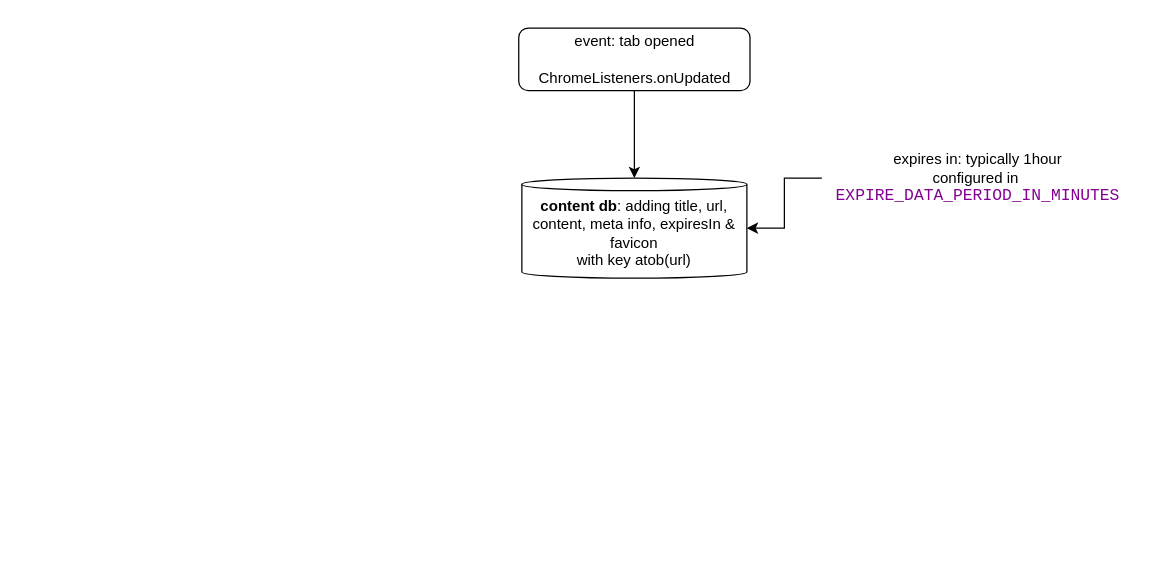
This is docs/drawio/test.drawio from evandor/tabsets, a draw.io file, before an edit. Source tidied: cells renumbered, new cells numbered last; positions are measured from the earlier drawing's top-left corner, leaving out a move shared by most shapes. Both pictures are drawn from the tidied source at 125%, with x=0, y=0 at pixel (519, 28).
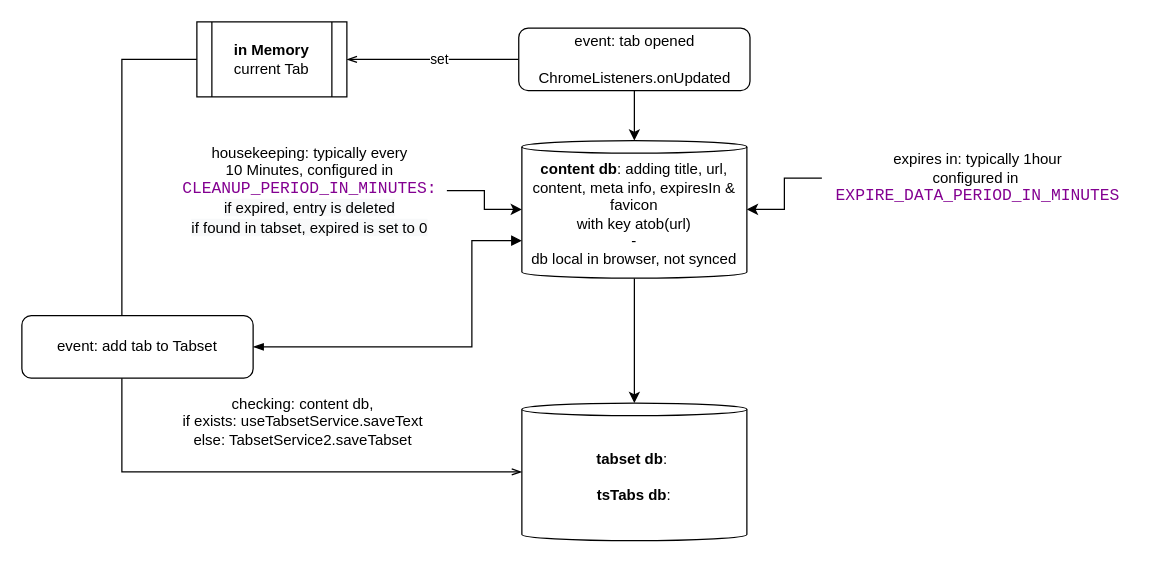
The same page after the edit.

Unchanged cells that the change refers to:
```xml
<mxCell id="2" value="event: tab opened&lt;br&gt;&lt;br&gt;ChromeListeners.onUpdated" style="rounded=1;whiteSpace=wrap;html=1;" parent="1" vertex="1">
  <mxGeometry x="-0.5" width="185" height="50" as="geometry" />
</mxCell>
```

The edit, as a diff of the source:
```diff
@@
+    <mxCell id="7" style="edgeStyle=orthogonalEdgeStyle;rounded=0;jettySize=auto;html=1;exitX=0;exitY=0.5;exitDx=0;exitDy=0;entryX=1;entryY=0.5;entryDx=0;entryDy=0;strokeColor=default;endArrow=openThin;endFill=0;" parent="1" edge="1" source="2" target="15">
+      <mxGeometry relative="1" as="geometry" />
+    </mxCell>
+    <mxCell id="8" value="set" style="edgeLabel;html=1;align=center;verticalAlign=middle;" parent="7" vertex="1">
+      <mxGeometry x="-0.07" y="-1" relative="1" as="geometry" />
+    </mxCell>
@@
+    <mxCell id="9" style="edgeStyle=orthogonalEdgeStyle;rounded=0;jettySize=auto;html=1;entryX=0.5;entryY=0;entryDx=0;entryDy=0;entryPerimeter=0;" parent="1" edge="1" source="3" target="13">
+      <mxGeometry relative="1" as="geometry" />
+    </mxCell>
-    <mxCell id="3" value="&lt;b&gt;content db&lt;/b&gt;: adding title, url, content, meta info, expiresIn &amp;amp; favicon&lt;br&gt;with key atob(url)" style="shape=cylinder3;whiteSpace=wrap;html=1;boundedLbl=1;backgroundOutline=1;size=5;" parent="1" vertex="1">
-      <mxGeometry x="2" y="120" width="180" height="80" as="geometry" />
+    <mxCell id="3" value="&lt;b&gt;content db&lt;/b&gt;: adding title, url, content, meta info, expiresIn &amp;amp; favicon&lt;br&gt;with key atob(url)&lt;br&gt;-&lt;br&gt;db local in browser, not synced&lt;br&gt;" style="shape=cylinder3;whiteSpace=wrap;html=1;boundedLbl=1;backgroundOutline=1;size=5;" parent="1" vertex="1">
+      <mxGeometry x="2" y="90" width="180" height="110" as="geometry" />
     </mxCell>
@@
+    <mxCell id="10" style="edgeStyle=orthogonalEdgeStyle;rounded=0;jettySize=auto;html=1;exitX=1;exitY=0.5;exitDx=0;exitDy=0;" parent="1" edge="1" source="11" target="3">
+      <mxGeometry relative="1" as="geometry" />
+    </mxCell>
+    <mxCell id="11" value="housekeeping: typically every&lt;br&gt;10 Minutes, configured in&lt;br&gt;&lt;div style=&quot;background-color: rgb(255, 255, 255); color: rgb(8, 8, 8); font-family: &amp;quot;JetBrains Mono&amp;quot;, monospace; font-size: 9.8pt;&quot;&gt;&lt;span style=&quot;color:#830091;&quot;&gt;CLEANUP_PERIOD_IN_MINUTES:&lt;br&gt;&lt;/span&gt;&lt;span style=&quot;color: rgb(0, 0, 0); font-family: Helvetica; font-size: 12px; background-color: rgb(248, 249, 250);&quot;&gt;if expired, entry is deleted&lt;/span&gt;&lt;span style=&quot;color:#830091;&quot;&gt;&lt;br&gt;&lt;/span&gt;&lt;/div&gt;&lt;div style=&quot;background-color: rgb(255, 255, 255); color: rgb(8, 8, 8); font-family: &amp;quot;JetBrains Mono&amp;quot;, monospace; font-size: 9.8pt;&quot;&gt;&lt;span style=&quot;color: rgb(0, 0, 0); font-family: Helvetica; font-size: 12px; background-color: rgb(248, 249, 250);&quot;&gt;if found in tabset, expired is set to 0&lt;/span&gt;&lt;/div&gt;" style="text;html=1;strokeColor=none;fillColor=none;align=center;verticalAlign=middle;whiteSpace=wrap;rounded=0;" parent="1" vertex="1">
+      <mxGeometry x="-277" y="90" width="219" height="80" as="geometry" />
+    </mxCell>
+    <mxCell id="12" style="edgeStyle=orthogonalEdgeStyle;jettySize=auto;html=1;exitX=1;exitY=0.5;exitDx=0;exitDy=0;strokeColor=default;rounded=0;endArrow=block;endFill=1;entryX=0;entryY=0;entryDx=0;entryDy=80;entryPerimeter=0;startArrow=blockThin;startFill=1;" parent="1" edge="1" source="16" target="3">
+      <mxGeometry relative="1" as="geometry">
+        <Array as="points">
+          <mxPoint x="-38" y="255" />
+          <mxPoint x="-38" y="170" />
+        </Array>
+      </mxGeometry>
+    </mxCell>
+    <mxCell id="13" value="&lt;b&gt;tabset db&lt;/b&gt;:&amp;nbsp;&lt;br&gt;&lt;br&gt;&lt;b&gt;tsTabs db&lt;/b&gt;:" style="shape=cylinder3;whiteSpace=wrap;html=1;boundedLbl=1;backgroundOutline=1;size=5;" parent="1" vertex="1">
+      <mxGeometry x="2" y="300" width="180" height="110" as="geometry" />
+    </mxCell>
+    <mxCell id="14" style="edgeStyle=orthogonalEdgeStyle;rounded=0;jettySize=auto;html=1;exitX=0;exitY=0.5;exitDx=0;exitDy=0;entryX=0;entryY=0.5;entryDx=0;entryDy=0;entryPerimeter=0;strokeColor=default;endArrow=openThin;endFill=0;" parent="1" edge="1" source="15" target="13">
+      <mxGeometry relative="1" as="geometry">
+        <Array as="points">
+          <mxPoint x="-318" y="25" />
+          <mxPoint x="-318" y="355" />
+        </Array>
+      </mxGeometry>
+    </mxCell>
+    <mxCell id="15" value="&lt;b&gt;in Memory&lt;/b&gt;&lt;br&gt;current Tab" style="shape=process;whiteSpace=wrap;html=1;backgroundOutline=1;" parent="1" vertex="1">
+      <mxGeometry x="-258" y="-5" width="120" height="60" as="geometry" />
+    </mxCell>
+    <mxCell id="16" value="event: add tab to Tabset" style="rounded=1;whiteSpace=wrap;html=1;" parent="1" vertex="1">
+      <mxGeometry x="-398" y="230" width="185" height="50" as="geometry" />
+    </mxCell>
+    <mxCell id="17" value="checking: content db, &lt;br&gt;if exists: useTabsetService.saveText&lt;br&gt;else: TabsetService2.saveTabset" style="text;html=1;strokeColor=none;fillColor=none;align=center;verticalAlign=middle;whiteSpace=wrap;rounded=0;" parent="1" vertex="1">
+      <mxGeometry x="-288" y="300" width="230" height="30" as="geometry" />
+    </mxCell>
```
